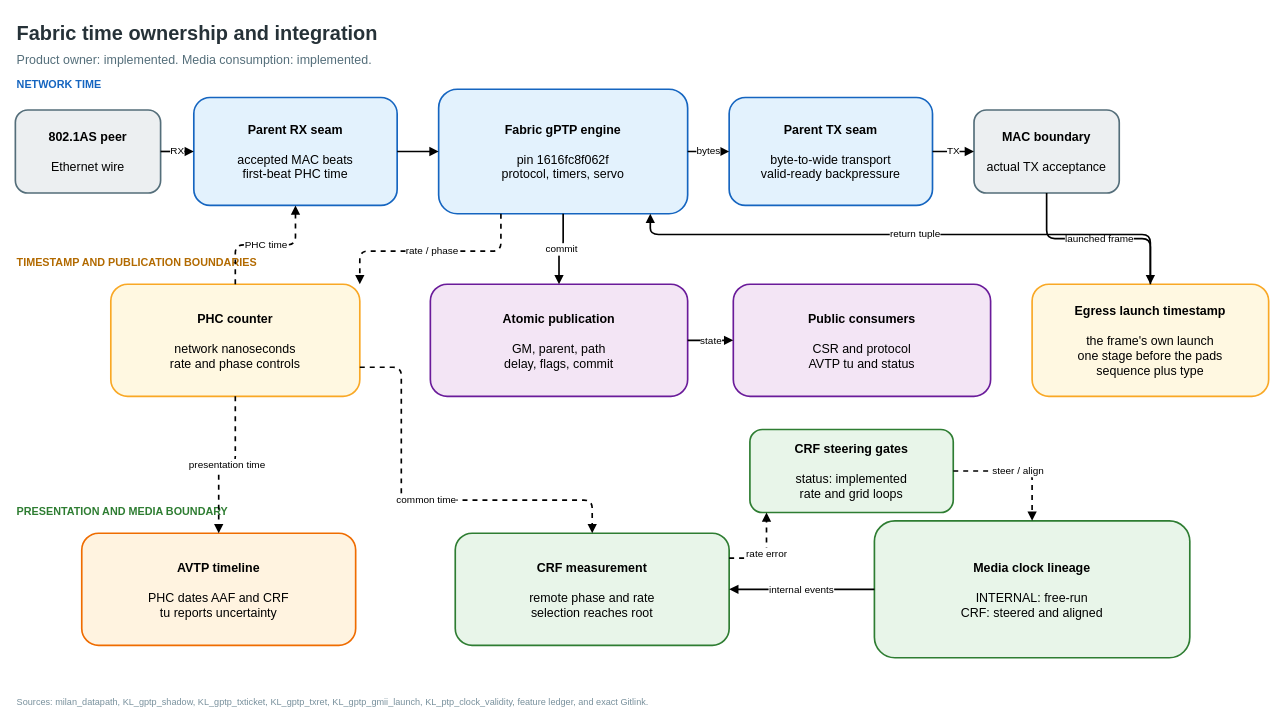
This is docs/diagrams/timesync_chain.drawio from kebag-logic/milan-fpga, a draw.io file, before an edit. Source tidied: cells renumbered, new cells numbered last; positions are measured from the earlier drawing's top-left corner, leaving out a move shared by most shapes. Both pictures are drawn from the tidied source at 83%, with x=0, y=0 at pixel (15, 14).
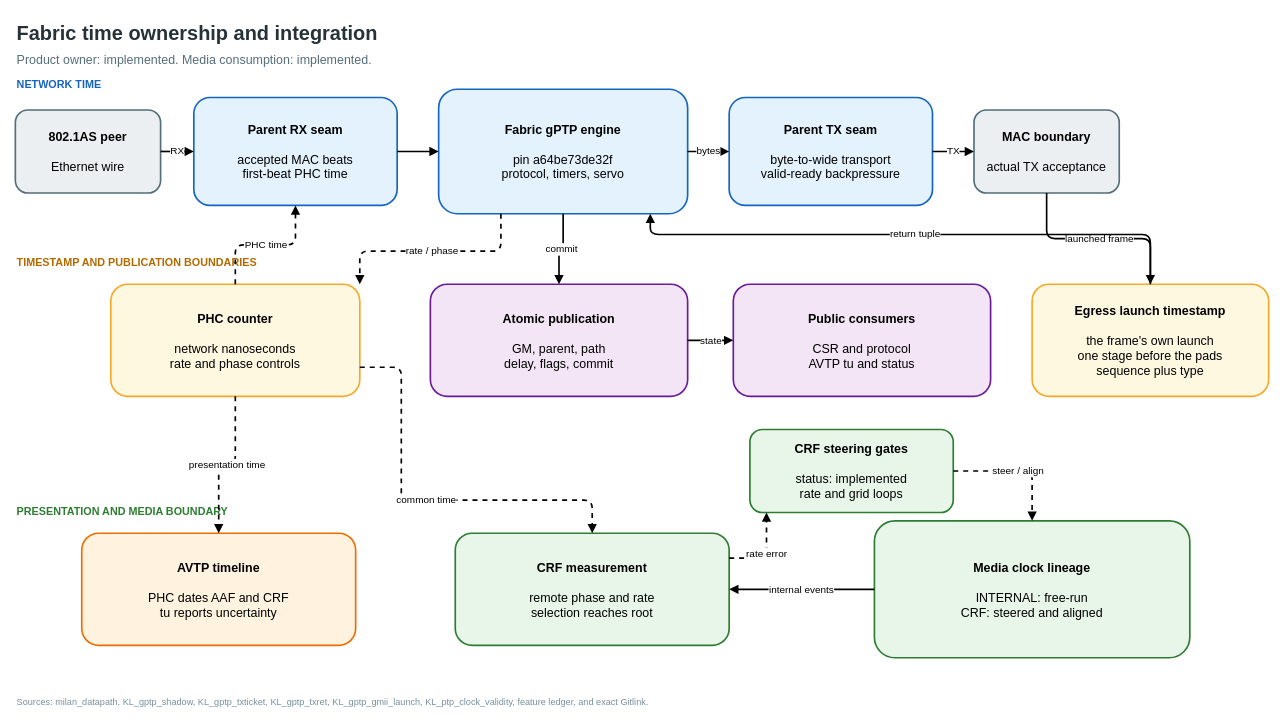
The same page after the edit.

Change to the diagram source:
```diff
@@
-    <mxCell id="10" value="&lt;b&gt;Fabric gPTP engine&lt;/b&gt;&lt;br&gt;&lt;br&gt;pin 1616fc8f062f&lt;br&gt;protocol, timers, servo" style="rounded=1;whiteSpace=wrap;html=1;verticalAlign=middle;align=center;fontSize=15;strokeWidth=2;fillColor=#E3F2FD;strokeColor=#1565C0;" parent="1" vertex="1">
+    <mxCell id="10" value="&lt;b&gt;Fabric gPTP engine&lt;/b&gt;&lt;br&gt;&lt;br&gt;pin a64be73de32f&lt;br&gt;protocol, timers, servo" style="rounded=1;whiteSpace=wrap;html=1;verticalAlign=middle;align=center;fontSize=15;strokeWidth=2;fillColor=#E3F2FD;strokeColor=#1565C0;" parent="1" vertex="1">
       <mxGeometry x="510" y="90" width="300" height="150" as="geometry" />
     </mxCell>
```
